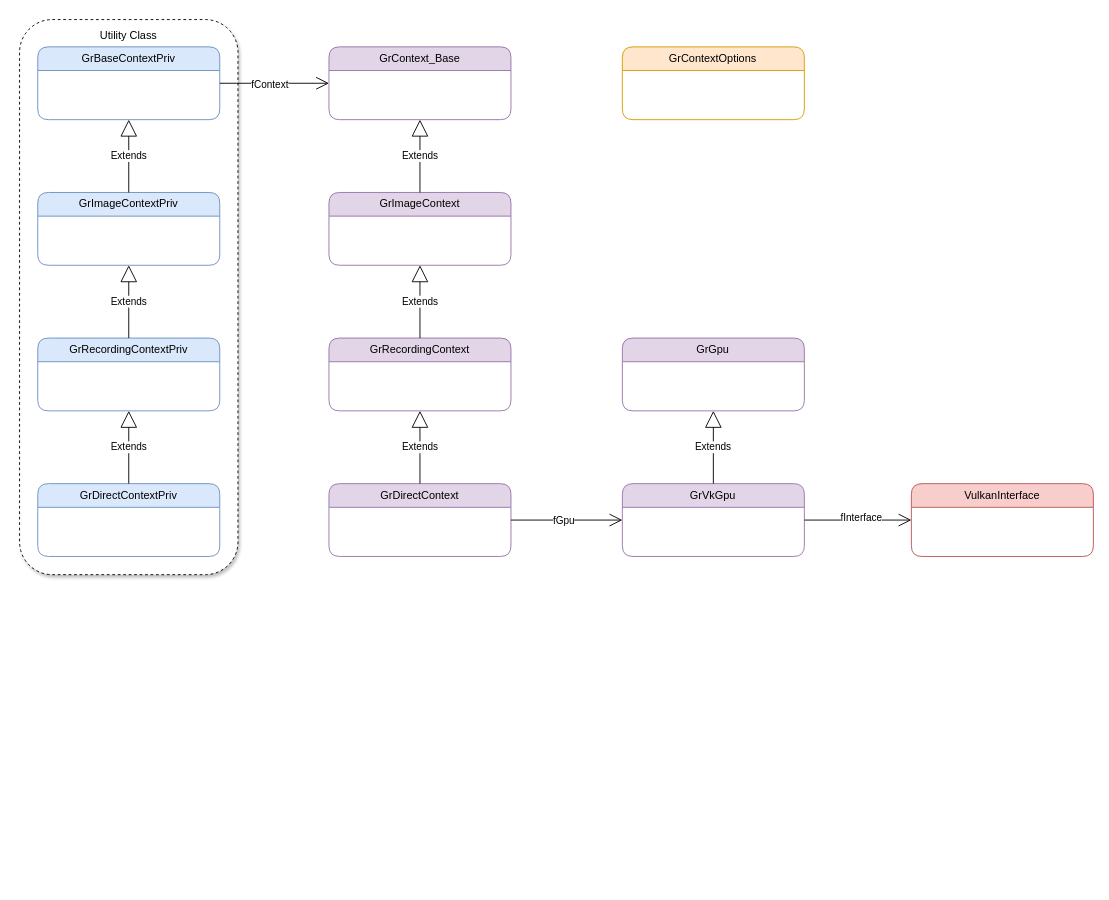
Before: page "Skia_Ganesh" (10 of 10) of Android Graphics.drawio in Kaling1203/Diagram, a draw.io diagram. Source tidied: cells renumbered, new cells numbered last; positions are measured from the earlier drawing's top-left corner, leaving out a move shared by most shapes. Both pictures are drawn from the tidied source at 91%, with x=0, y=0 at pixel (19, 19).
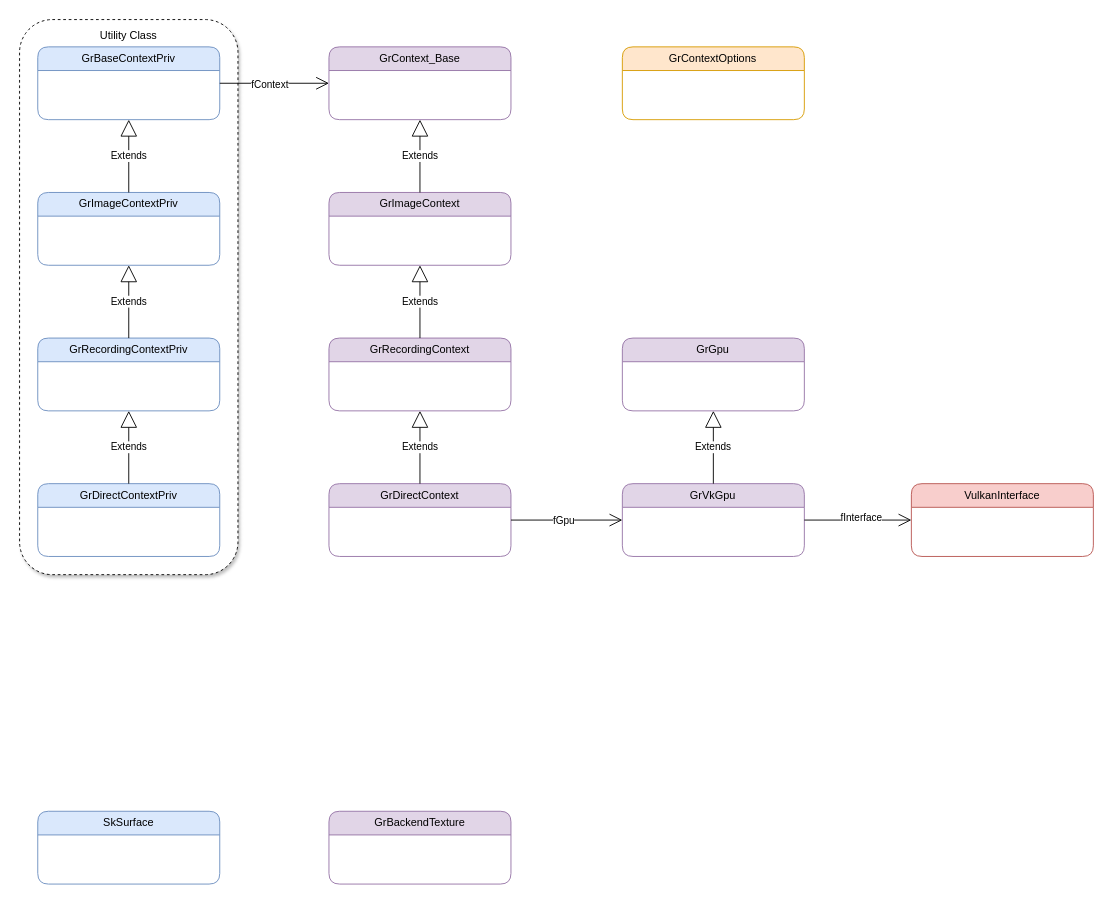
The same page after the edit.

What changed in the source:
```diff
@@
+    <mxCell id="28" value="SkSurface" style="swimlane;fontStyle=0;horizontal=1;startSize=26;fillColor=#dae8fc;whiteSpace=wrap;html=1;rounded=1;strokeColor=#6c8ebf;" parent="1" vertex="1">
+      <mxGeometry x="20" y="870" width="200" height="80" as="geometry" />
+    </mxCell>
+    <mxCell id="29" value="GrBackendTexture" style="swimlane;fontStyle=0;horizontal=1;startSize=26;fillColor=#e1d5e7;whiteSpace=wrap;html=1;rounded=1;strokeColor=#9673a6;" parent="1" vertex="1">
+      <mxGeometry x="340" y="870" width="200" height="80" as="geometry" />
+    </mxCell>
```
